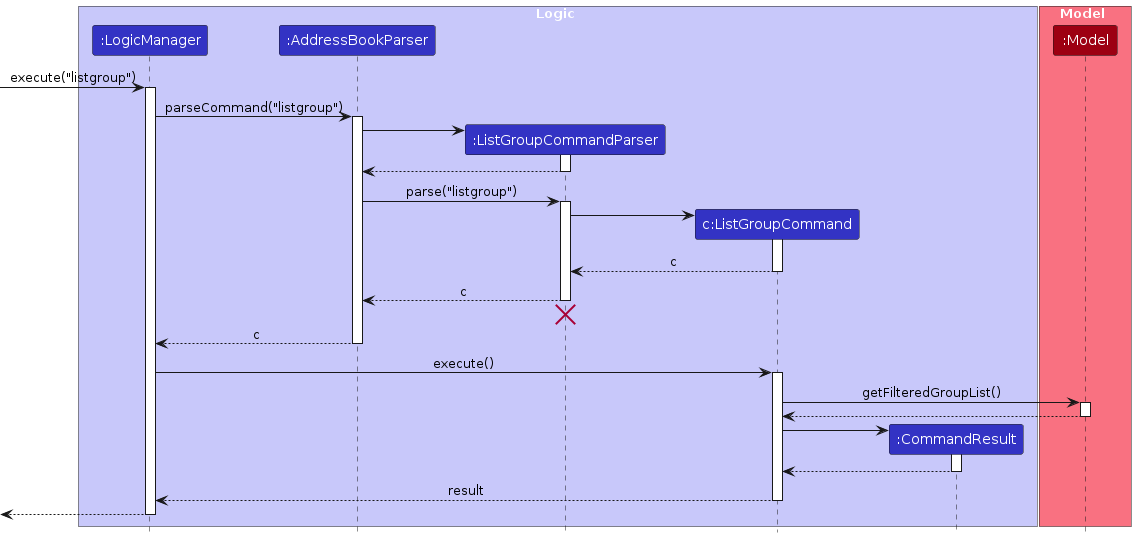
Before: diagrams/ListGroupSequenceDiagram.png, a diagram exported from PlantUML (AY2324S1-CS2103T-T10-3/tp). Its source is kept beside it as diagrams/ListGroupSequenceDiagram.puml.
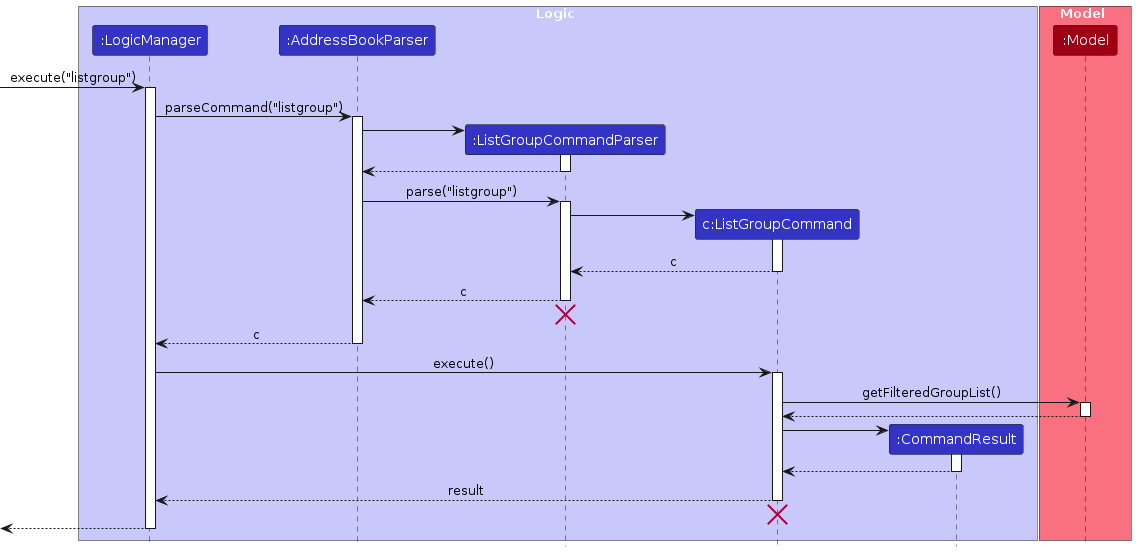
The same diagram one commit later.

The edit, as a diff of the source:
```diff
@@ -65,6 +65,9 @@
 ListGroupCommand --> LogicManager : result
 deactivate ListGroupCommand
 
+ListGroupCommand -[hidden]->AddressBookParser
+destroy ListGroupCommand
+
 [<--LogicManager
 deactivate LogicManager
 
```
